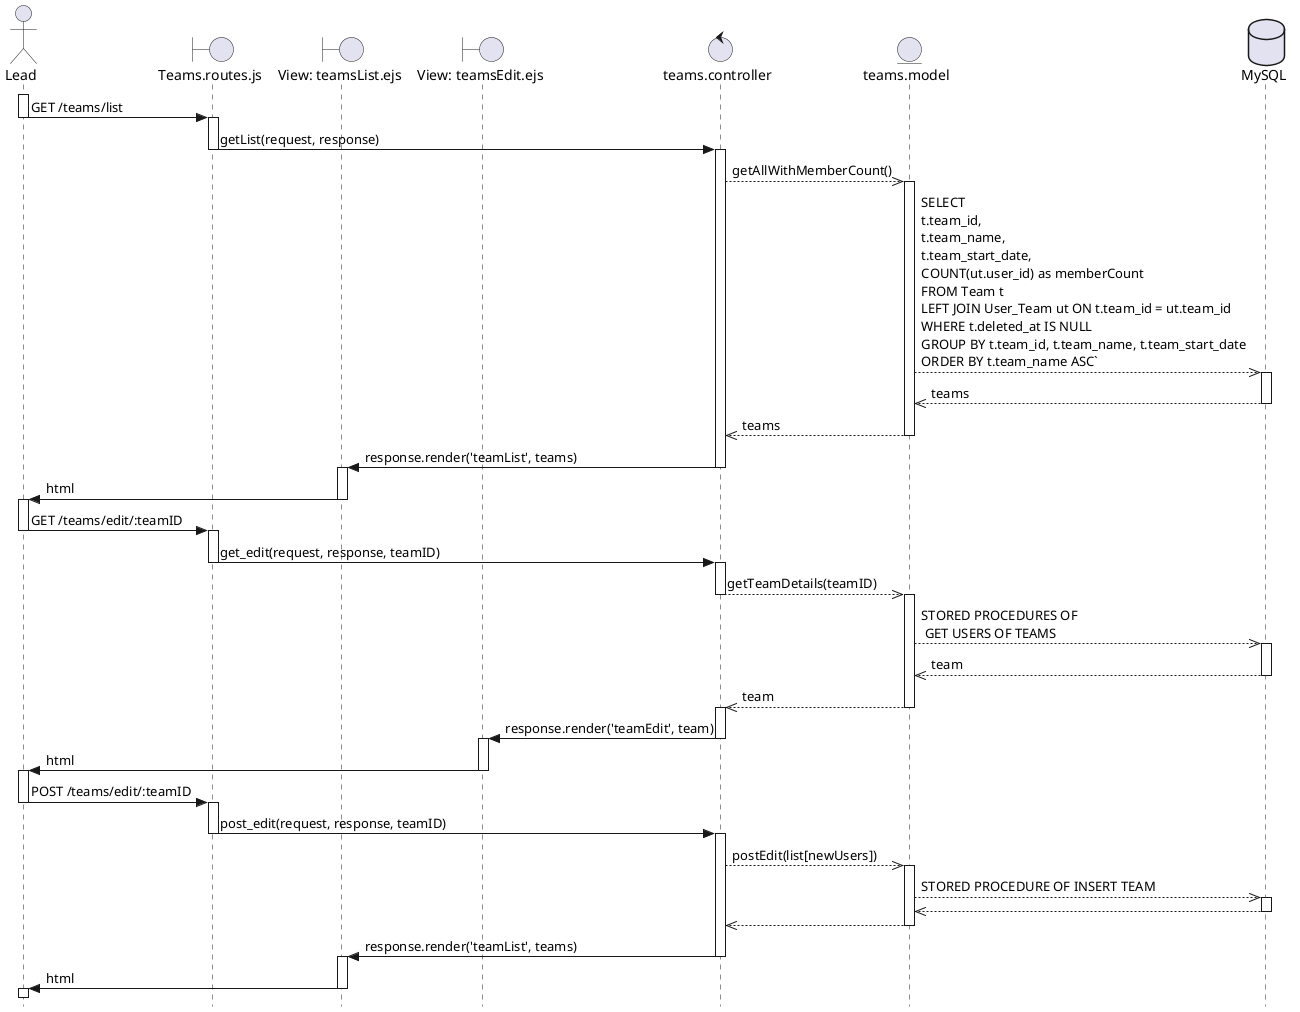
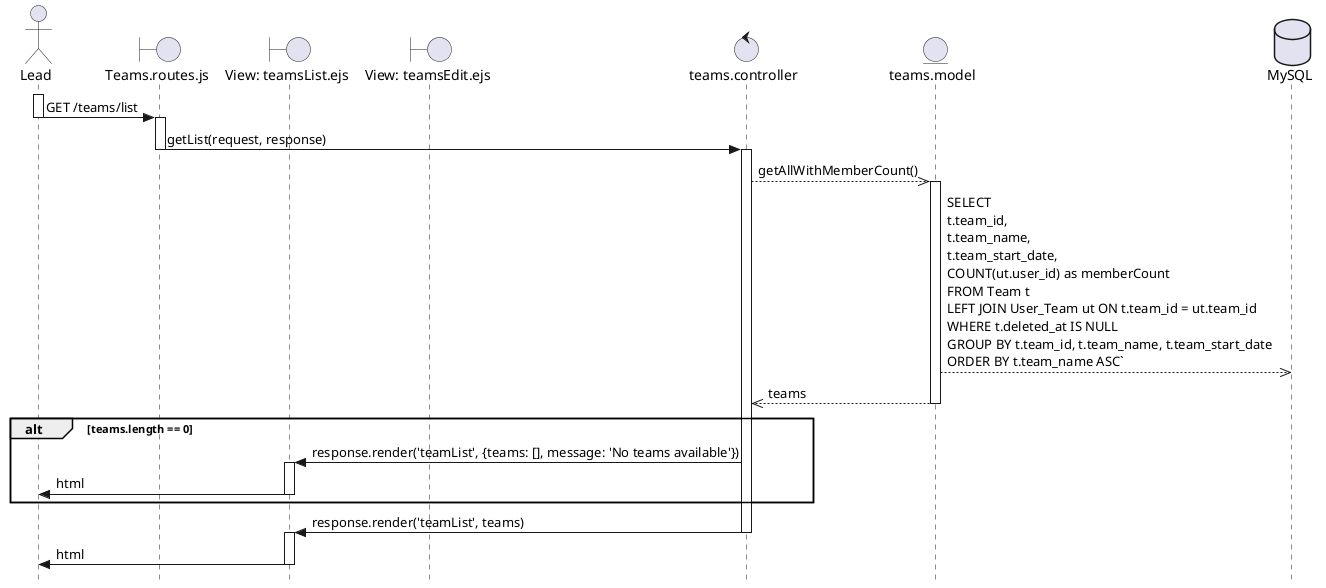
- @startuml "Modify team"
+ @startuml "Assign user to team"
skinparam style strictuml

actor Lead as U
boundary "Teams.routes.js" as RO
boundary "View: teamsList.ejs" as VL
boundary "View: teamsEdit.ejs" as VE
control "teams.controller" as C
entity "teams.model" as TM
database "MySQL" as BD

' Section about getting a list of teams '
activate U
U -> RO : GET /teams/list
deactivate U

activate RO
RO -> C : getList(request, response)
deactivate RO

activate C
C -->> TM : getAllWithMemberCount()
activate TM
TM -->> BD : SELECT \nt.team_id, \nt.team_name, \nt.team_start_date, \nCOUNT(ut.user_id) as memberCount \nFROM Team t \nLEFT JOIN User_Team ut ON t.team_id = ut.team_id \nWHERE t.deleted_at IS NULL \nGROUP BY t.team_id, t.team_name, t.team_start_date \nORDER BY t.team_name ASC`

- activate BD
- BD -->> TM : teams
deactivate BD
TM -->> C : teams
deactivate TM
+ 
+ alt teams.length == 0
+ C -> VL : response.render('teamList', {teams: [], message: 'No teams available'})
+ 
+ activate VL
+ VL -> U : html
+ deactivate VL
+ end

C -> VL : response.render('teamList', teams)
deactivate C

activate VL
VL -> U : html
deactivate VL
- 
- 
- 
- ' Section about getting the info of one team '
- activate U
- U -> RO : GET /teams/edit/:teamID
- deactivate U
- 
- activate RO
- RO -> C : get_edit(request, response, teamID)
- deactivate RO
- 
- activate C
- C -->> TM : getTeamDetails(teamID)
- deactivate C
- 
- activate TM
- 
- TM -->> BD : STORED PROCEDURES OF \n GET USERS OF TEAMS
- activate BD
- BD -->> TM : team
- deactivate BD
- 
- TM -->> C : team
- deactivate TM
- activate C
- C -> VE : response.render('teamEdit', team)
- deactivate C
- 
- activate VE
- VE -> U : html
- deactivate VE
- 
- ' Section about posting the changes of users '
- activate U
- U -> RO : POST /teams/edit/:teamID
- deactivate U
- 
- activate RO
- RO -> C : post_edit(request, response, teamID)
- deactivate RO
- 
- activate C
- C -->> TM : postEdit(list[newUsers])
- 
- activate TM
- TM -->> BD : STORED PROCEDURE OF INSERT TEAM
- activate BD
- BD -->> TM :
- deactivate BD
- TM -->> C :
- deactivate TM
- C -> VL : response.render('teamList', teams)
- deactivate C
- 
- activate VL
- VL -> U : html
- deactivate VL
- activate U